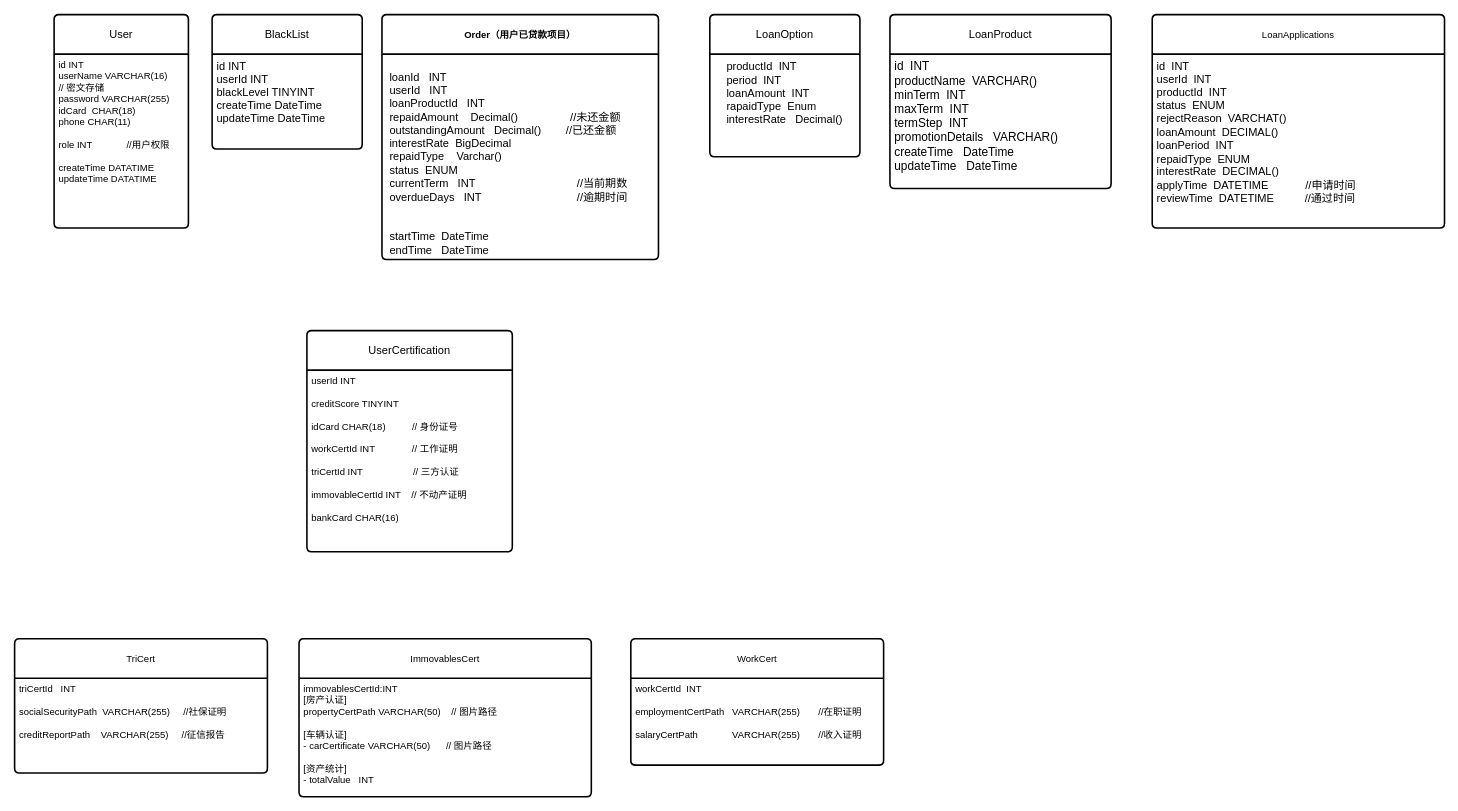
Above: 需求分析/数据库图.drawio in syntheticfeather/Conpre_object (draw.io), before the change. Source tidied: cells renumbered, new cells numbered last; positions are measured from the earlier drawing's top-left corner, leaving out a move shared by most shapes. Both pictures are drawn from the tidied source at 79%, with x=0, y=0 at pixel (14, 14).
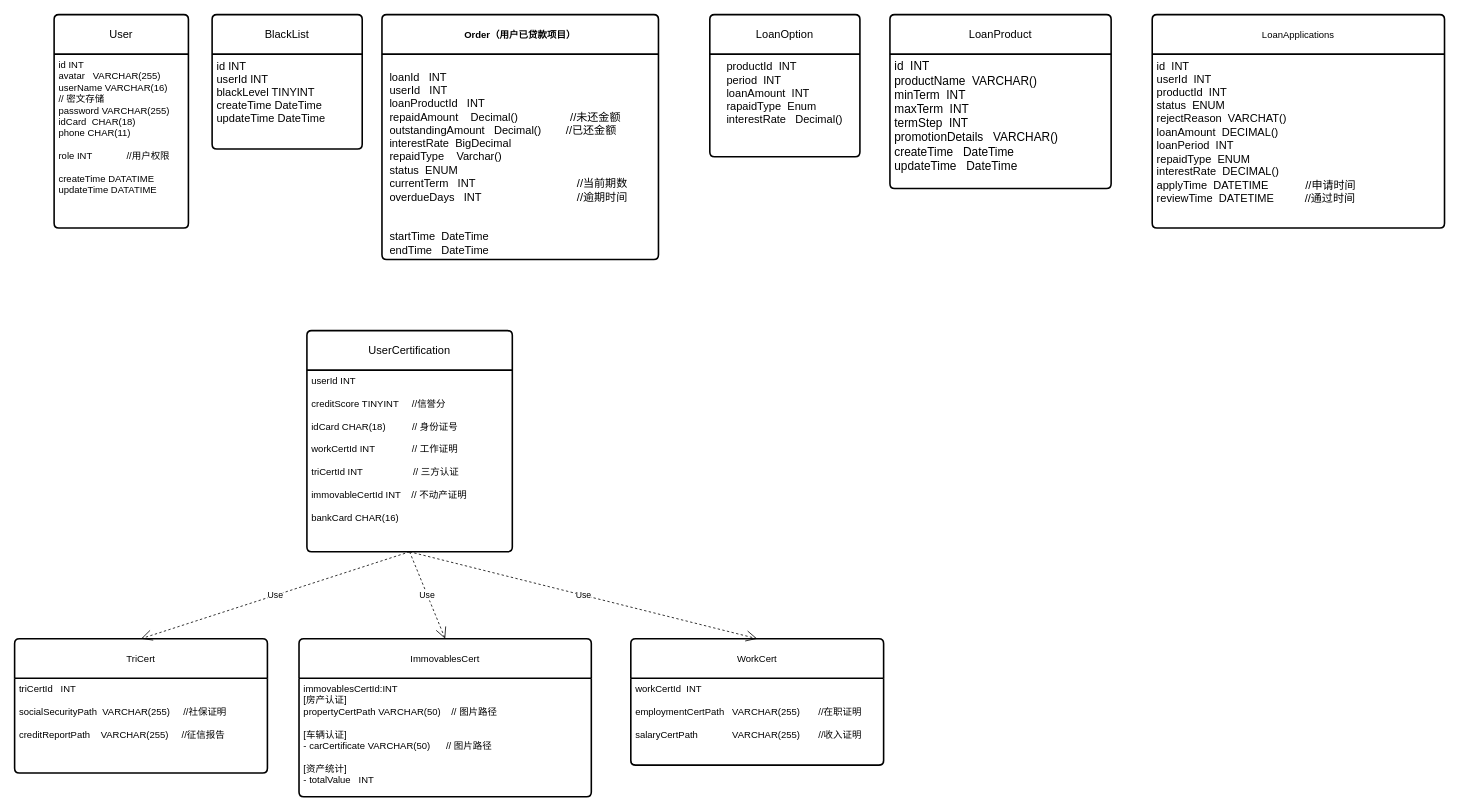
After the change.

Commit message (it also covers changes not shown here):
数据库图和sql

The change refers to these unchanged cells:
```xml
<mxCell id="6" value="User" style="swimlane;horizontal=1;startSize=50;rounded=1;fontSize=14;fontStyle=0;strokeWidth=2;shadow=0;dashed=0;align=center;arcSize=4;whiteSpace=wrap;html=1;" parent="1" vertex="1">
  <mxGeometry x="50" width="170" height="270" as="geometry" />
</mxCell>
<mxCell id="10" value="UserCertification" style="swimlane;horizontal=1;startSize=50;rounded=1;fontSize=14;fontStyle=0;strokeWidth=2;shadow=0;dashed=0;align=center;arcSize=4;whiteSpace=wrap;html=1;" parent="1" vertex="1">
  <mxGeometry x="370" y="400" width="260" height="280" as="geometry" />
</mxCell>
<mxCell id="12" value="&lt;span style=&quot;font-size: 12px; text-align: left;&quot;&gt;ImmovablesCert&lt;/span&gt;" style="swimlane;horizontal=1;startSize=50;rounded=1;fontSize=14;fontStyle=0;strokeWidth=2;shadow=0;dashed=0;align=center;arcSize=4;whiteSpace=wrap;html=1;" parent="1" vertex="1">
  <mxGeometry x="360" y="790" width="370" height="200" as="geometry" />
</mxCell>
<mxCell id="14" value="&lt;span style=&quot;font-size: 12px; text-align: left;&quot;&gt;TriCert&lt;/span&gt;" style="swimlane;horizontal=1;startSize=50;rounded=1;fontSize=14;fontStyle=0;strokeWidth=2;shadow=0;dashed=0;align=center;arcSize=4;whiteSpace=wrap;html=1;" parent="1" vertex="1">
  <mxGeometry y="790" width="320" height="170" as="geometry" />
</mxCell>
<mxCell id="20" value="&lt;div style=&quot;text-align: left;&quot;&gt;&lt;span style=&quot;background-color: transparent; color: light-dark(rgb(0, 0, 0), rgb(255, 255, 255)); font-size: 12px;&quot;&gt;WorkCert&lt;/span&gt;&lt;/div&gt;" style="swimlane;horizontal=1;startSize=50;rounded=1;fontSize=14;fontStyle=0;strokeWidth=2;shadow=0;dashed=0;align=center;arcSize=4;whiteSpace=wrap;html=1;" parent="1" vertex="1">
  <mxGeometry x="780" y="790" width="320" height="160" as="geometry" />
</mxCell>
```

Diff of the diagram source:
```diff
@@
-    <mxCell id="7" value="id INT&lt;div&gt;userName VARCHAR(16)&lt;/div&gt;&lt;div&gt;// 密文存储&lt;/div&gt;&lt;div&gt;password VARCHAR(255)&lt;/div&gt;&lt;div&gt;idCard&amp;nbsp; CHAR(18)&lt;/div&gt;&lt;div&gt;phone&amp;nbsp;CHAR(11)&lt;/div&gt;&lt;div&gt;&lt;br&gt;&lt;/div&gt;&lt;div&gt;role INT&amp;nbsp; &amp;nbsp; &amp;nbsp; &amp;nbsp; &amp;nbsp; &amp;nbsp; &amp;nbsp;//用户权限&lt;/div&gt;&lt;div&gt;&lt;br&gt;&lt;/div&gt;&lt;div&gt;createTime&amp;nbsp;DATATIME&lt;/div&gt;&lt;div&gt;updateTime&amp;nbsp;DATATIME&lt;/div&gt;&lt;div&gt;&lt;br&gt;&lt;/div&gt;" style="align=left;strokeColor=none;fillColor=none;spacingLeft=4;spacingRight=4;fontSize=12;verticalAlign=top;html=1;whiteSpace=wrap;" parent="6" vertex="1">
+    <mxCell id="7" value="id INT&lt;div&gt;avatar&amp;nbsp; &amp;nbsp;VARCHAR(255)&lt;br&gt;&lt;div&gt;userName VARCHAR(16)&lt;/div&gt;&lt;div&gt;// 密文存储&lt;/div&gt;&lt;div&gt;password VARCHAR(255)&lt;/div&gt;&lt;div&gt;idCard&amp;nbsp; CHAR(18)&lt;/div&gt;&lt;div&gt;phone&amp;nbsp;CHAR(11)&lt;/div&gt;&lt;div&gt;&lt;br&gt;&lt;/div&gt;&lt;div&gt;role INT&amp;nbsp; &amp;nbsp; &amp;nbsp; &amp;nbsp; &amp;nbsp; &amp;nbsp; &amp;nbsp;//用户权限&lt;/div&gt;&lt;div&gt;&lt;br&gt;&lt;/div&gt;&lt;div&gt;createTime&amp;nbsp;DATATIME&lt;/div&gt;&lt;div&gt;updateTime&amp;nbsp;DATATIME&lt;/div&gt;&lt;div&gt;&lt;br&gt;&lt;/div&gt;&lt;/div&gt;" style="align=left;strokeColor=none;fillColor=none;spacingLeft=4;spacingRight=4;fontSize=12;verticalAlign=top;html=1;whiteSpace=wrap;" parent="6" vertex="1">
       <mxGeometry y="50" width="170" height="220" as="geometry" />
     </mxCell>
@@
-    <mxCell id="11" value="&lt;div&gt;userId INT&lt;/div&gt;&lt;div&gt;&lt;br&gt;&lt;/div&gt;&lt;div&gt;creditScore&amp;nbsp;TINYINT&lt;/div&gt;&lt;div&gt;&lt;br&gt;&lt;/div&gt;idCard CHAR(18)&amp;nbsp; &amp;nbsp; &amp;nbsp; &amp;nbsp; &amp;nbsp; // 身份证号&lt;div&gt;&lt;br&gt;&lt;/div&gt;&lt;div&gt;workCertId INT&amp;nbsp; &amp;nbsp; &amp;nbsp; &amp;nbsp; &amp;nbsp; &amp;nbsp; &amp;nbsp; // 工作证明&lt;/div&gt;&lt;div&gt;&lt;br&gt;&lt;/div&gt;&lt;div&gt;triCertId INT&amp;nbsp; &amp;nbsp; &amp;nbsp; &amp;nbsp; &amp;nbsp; &amp;nbsp; &amp;nbsp; &amp;nbsp; &amp;nbsp; &amp;nbsp;// 三方认证&lt;/div&gt;&lt;div&gt;&lt;br&gt;&lt;/div&gt;&lt;div&gt;immovableCertId INT&amp;nbsp; &amp;nbsp; // 不动产证明&lt;/div&gt;&lt;div&gt;&lt;br&gt;&lt;/div&gt;&lt;div&gt;bankCard CHAR(16)&lt;/div&gt;" style="align=left;strokeColor=none;fillColor=none;spacingLeft=4;spacingRight=4;fontSize=12;verticalAlign=top;html=1;whiteSpace=wrap;" parent="10" vertex="1">
+    <mxCell id="11" value="&lt;div&gt;userId INT&lt;/div&gt;&lt;div&gt;&lt;br&gt;&lt;/div&gt;&lt;div&gt;creditScore&amp;nbsp;TINYINT&amp;nbsp; &amp;nbsp; &amp;nbsp;//信誉分&lt;/div&gt;&lt;div&gt;&lt;br&gt;&lt;/div&gt;idCard CHAR(18)&amp;nbsp; &amp;nbsp; &amp;nbsp; &amp;nbsp; &amp;nbsp; // 身份证号&lt;div&gt;&lt;br&gt;&lt;/div&gt;&lt;div&gt;workCertId INT&amp;nbsp; &amp;nbsp; &amp;nbsp; &amp;nbsp; &amp;nbsp; &amp;nbsp; &amp;nbsp; // 工作证明&lt;/div&gt;&lt;div&gt;&lt;br&gt;&lt;/div&gt;&lt;div&gt;triCertId INT&amp;nbsp; &amp;nbsp; &amp;nbsp; &amp;nbsp; &amp;nbsp; &amp;nbsp; &amp;nbsp; &amp;nbsp; &amp;nbsp; &amp;nbsp;// 三方认证&lt;/div&gt;&lt;div&gt;&lt;br&gt;&lt;/div&gt;&lt;div&gt;immovableCertId INT&amp;nbsp; &amp;nbsp; // 不动产证明&lt;/div&gt;&lt;div&gt;&lt;br&gt;&lt;/div&gt;&lt;div&gt;bankCard CHAR(16)&lt;/div&gt;" style="align=left;strokeColor=none;fillColor=none;spacingLeft=4;spacingRight=4;fontSize=12;verticalAlign=top;html=1;whiteSpace=wrap;" parent="10" vertex="1">
       <mxGeometry y="50" width="260" height="230" as="geometry" />
     </mxCell>
@@
+    <mxCell id="22" value="Use" style="endArrow=open;endSize=12;dashed=1;html=1;rounded=0;entryX=0.5;entryY=0;entryDx=0;entryDy=0;exitX=0.5;exitY=1;exitDx=0;exitDy=0;" parent="1" edge="1" source="11" target="14">
+      <mxGeometry relative="1" as="geometry" />
+    </mxCell>
+    <mxCell id="23" value="Use" style="endArrow=open;endSize=12;dashed=1;html=1;rounded=0;entryX=0.5;entryY=0;entryDx=0;entryDy=0;exitX=0.5;exitY=1;exitDx=0;exitDy=0;" parent="1" edge="1" source="11" target="12">
+      <mxGeometry relative="1" as="geometry" />
+    </mxCell>
+    <mxCell id="24" value="Use" style="endArrow=open;endSize=12;dashed=1;html=1;rounded=0;exitX=0.5;exitY=1;exitDx=0;exitDy=0;entryX=0.5;entryY=0;entryDx=0;entryDy=0;" parent="1" edge="1" source="11" target="20">
+      <mxGeometry relative="1" as="geometry" />
+    </mxCell>
```
